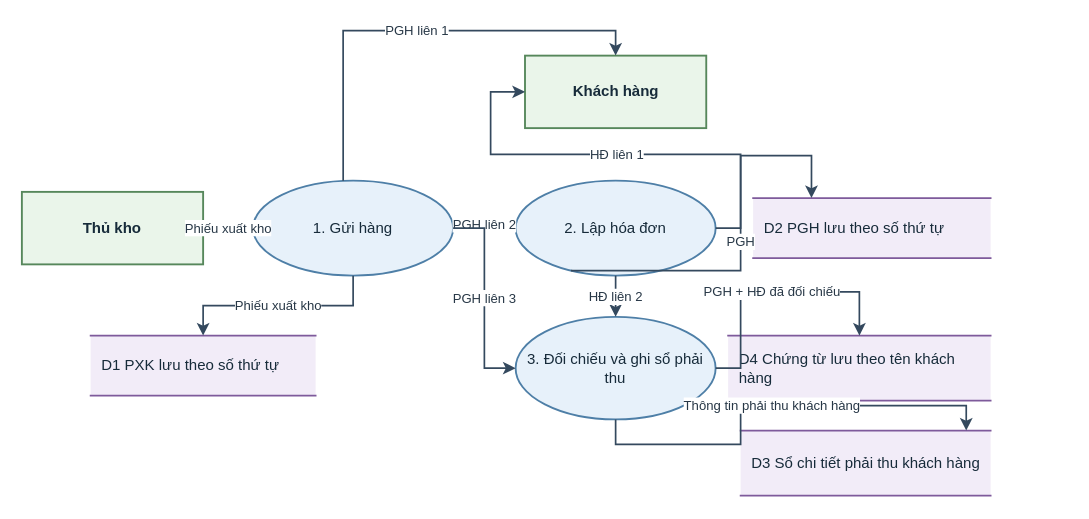
Above: assets/drawio/04_fresh_fruit_dfd.drawio in saigonbaddielover/thtrang (draw.io), before the change. Source tidied: cells renumbered, new cells numbered last; positions are measured from the earlier drawing's top-left corner, leaving out a move shared by most shapes. Both pictures are drawn from the tidied source at 125%, with x=0, y=0 at pixel (21, 55).
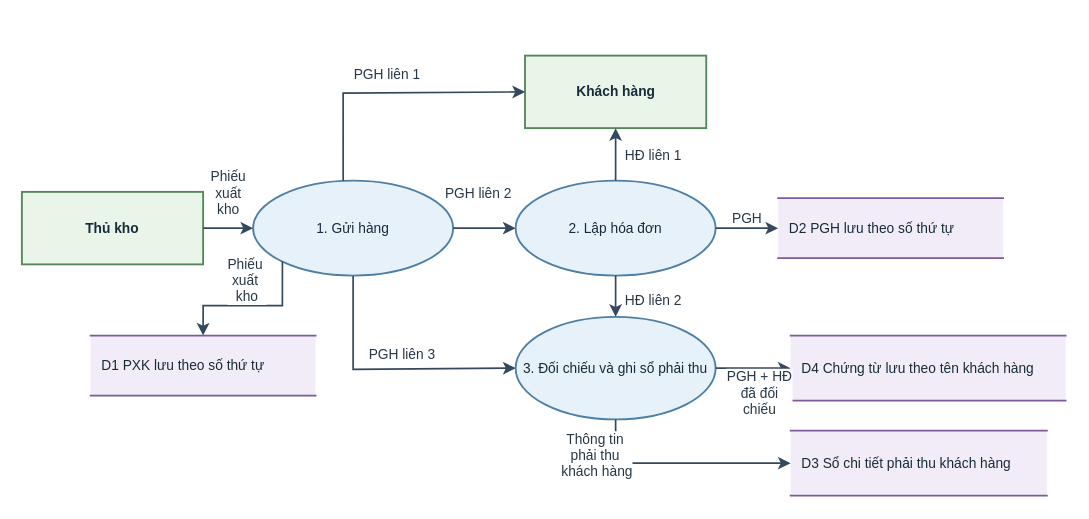
The same diagram, later.

Commit message (it also covers changes not shown here):
fix(drawio): restore user-authored routes

Diff of the diagram source:
```diff
@@
-    <mxCell id="2" value="Thủ kho" style="rounded=0;html=1;whiteSpace=wrap;fontFamily=Arial;align=center;verticalAlign=middle;fontColor=#172B3A; fontSize=11;fontStyle=1;spacing=5;fillColor=#EAF5EA;strokeColor=#56875B;strokeWidth=1.5;" parent="1" vertex="1">
+    <mxCell id="2" value="Thủ kho" style="rounded=0;html=1;whiteSpace=wrap;fontFamily=Arial;align=center;verticalAlign=middle;fontColor=#172B3A;fontSize=11;fontStyle=1;spacing=5;fillColor=#EAF5EA;strokeColor=#56875B;strokeWidth=1.5;" parent="1" vertex="1">
       <mxGeometry y="109" width="145" height="58" as="geometry" />
     </mxCell>
-    <mxCell id="3" value="Khách hàng" style="rounded=0;html=1;whiteSpace=wrap;fontFamily=Arial;align=center;verticalAlign=middle;fontColor=#172B3A; fontSize=11;fontStyle=1;spacing=5;fillColor=#EAF5EA;strokeColor=#56875B;strokeWidth=1.5;" parent="1" vertex="1">
+    <mxCell id="3" value="Khách hàng" style="rounded=0;html=1;whiteSpace=wrap;fontFamily=Arial;align=center;verticalAlign=middle;fontColor=#172B3A;fontSize=11;fontStyle=1;spacing=5;fillColor=#EAF5EA;strokeColor=#56875B;strokeWidth=1.5;" parent="1" vertex="1">
       <mxGeometry x="402.5" width="145" height="58" as="geometry" />
     </mxCell>
-    <mxCell id="4" value="1. Gửi hàng" style="shape=ellipse;perimeter=ellipsePerimeter;html=1;whiteSpace=wrap;fontFamily=Arial;align=center;verticalAlign=middle;fontColor=#172B3A; fontSize=11;spacing=5;fillColor=#E7F1FA;strokeColor=#4E7FA7;strokeWidth=1.5;" parent="1" vertex="1">
+    <mxCell id="4" value="1. Gửi hàng" style="shape=ellipse;perimeter=ellipsePerimeter;html=1;whiteSpace=wrap;fontFamily=Arial;align=center;verticalAlign=middle;fontColor=#172B3A;fontSize=11;spacing=5;fillColor=#E7F1FA;strokeColor=#4E7FA7;strokeWidth=1.5;" parent="1" vertex="1">
       <mxGeometry x="185" y="100" width="160" height="76" as="geometry" />
     </mxCell>
-    <mxCell id="5" value="2. Lập hóa đơn" style="shape=ellipse;perimeter=ellipsePerimeter;html=1;whiteSpace=wrap;fontFamily=Arial;align=center;verticalAlign=middle;fontColor=#172B3A; fontSize=11;spacing=5;fillColor=#E7F1FA;strokeColor=#4E7FA7;strokeWidth=1.5;" parent="1" vertex="1">
+    <mxCell id="5" value="2. Lập hóa đơn" style="shape=ellipse;perimeter=ellipsePerimeter;html=1;whiteSpace=wrap;fontFamily=Arial;align=center;verticalAlign=middle;fontColor=#172B3A;fontSize=11;spacing=5;fillColor=#E7F1FA;strokeColor=#4E7FA7;strokeWidth=1.5;" parent="1" vertex="1">
       <mxGeometry x="395" y="100" width="160" height="76" as="geometry" />
     </mxCell>
-    <mxCell id="6" value="3. Đối chiếu và ghi sổ phải thu" style="shape=ellipse;perimeter=ellipsePerimeter;html=1;whiteSpace=wrap;fontFamily=Arial;align=center;verticalAlign=middle;fontColor=#172B3A; fontSize=11;spacing=5;fillColor=#E7F1FA;strokeColor=#4E7FA7;strokeWidth=1.5;" parent="1" vertex="1">
+    <mxCell id="6" value="3. Đối chiếu và ghi sổ phải thu" style="shape=ellipse;perimeter=ellipsePerimeter;html=1;whiteSpace=wrap;fontFamily=Arial;align=center;verticalAlign=middle;fontColor=#172B3A;fontSize=11;spacing=5;fillColor=#E7F1FA;strokeColor=#4E7FA7;strokeWidth=1.5;" parent="1" vertex="1">
       <mxGeometry x="395" y="209" width="160" height="82" as="geometry" />
     </mxCell>
-    <mxCell id="7" value="D1  PXK lưu theo số thứ tự" style="shape=partialRectangle;right=0;left=0;html=1;whiteSpace=wrap;fontFamily=Arial;align=center;verticalAlign=middle;fontColor=#172B3A; fontSize=10.5;align=left;spacingLeft=7;spacingRight=4;fillColor=#F2ECF8;strokeColor=#7E5A9B;strokeWidth=1.4;" parent="1" vertex="1">
+    <mxCell id="7" value="D1  PXK lưu theo số thứ tự" style="shape=partialRectangle;right=0;left=0;html=1;whiteSpace=wrap;fontFamily=Arial;align=center;verticalAlign=middle;fontColor=#172B3A;fontSize=11;align=left;spacingLeft=7;spacingRight=4;fillColor=#F2ECF8;strokeColor=#7E5A9B;strokeWidth=1.4;" parent="1" vertex="1">
       <mxGeometry x="55" y="224" width="180" height="48" as="geometry" />
     </mxCell>
-    <mxCell id="8" value="D2  PGH lưu theo số thứ tự" style="shape=partialRectangle;right=0;left=0;html=1;whiteSpace=wrap;fontFamily=Arial;align=center;verticalAlign=middle;fontColor=#172B3A; fontSize=10.5;align=left;spacingLeft=7;spacingRight=4;fillColor=#F2ECF8;strokeColor=#7E5A9B;strokeWidth=1.4;" parent="1" vertex="1">
-      <mxGeometry x="585" y="114" width="190" height="48" as="geometry" />
+    <mxCell id="8" value="D2  PGH lưu theo số thứ tự" style="shape=partialRectangle;right=0;left=0;html=1;whiteSpace=wrap;fontFamily=Arial;align=center;verticalAlign=middle;fontColor=#172B3A;fontSize=11;align=left;spacingLeft=7;spacingRight=4;fillColor=#F2ECF8;strokeColor=#7E5A9B;strokeWidth=1.4;" parent="1" vertex="1">
+      <mxGeometry x="605" y="114" width="180" height="48" as="geometry" />
     </mxCell>
-    <mxCell id="9" value="D3  Sổ chi tiết phải thu khách hàng" style="shape=partialRectangle;right=0;left=0;html=1;whiteSpace=wrap;fontFamily=Arial;align=center;verticalAlign=middle;fontColor=#172B3A; fontSize=10.5;align=left;spacingLeft=7;spacingRight=4;fillColor=#F2ECF8;strokeColor=#7E5A9B;strokeWidth=1.4;" parent="1" vertex="1">
-      <mxGeometry x="575" y="300" width="200" height="52" as="geometry" />
+    <mxCell id="9" value="D3  Sổ chi tiết phải thu khách hàng" style="shape=partialRectangle;right=0;left=0;html=1;whiteSpace=wrap;fontFamily=Arial;align=center;verticalAlign=middle;fontColor=#172B3A;fontSize=11;align=left;spacingLeft=7;spacingRight=4;fillColor=#F2ECF8;strokeColor=#7E5A9B;strokeWidth=1.4;" parent="1" vertex="1">
+      <mxGeometry x="615" y="300" width="205" height="52" as="geometry" />
     </mxCell>
-    <mxCell id="10" value="D4  Chứng từ lưu theo tên khách hàng" style="shape=partialRectangle;right=0;left=0;html=1;whiteSpace=wrap;fontFamily=Arial;align=center;verticalAlign=middle;fontColor=#172B3A; fontSize=10.5;align=left;spacingLeft=7;spacingRight=4;fillColor=#F2ECF8;strokeColor=#7E5A9B;strokeWidth=1.4;" parent="1" vertex="1">
-      <mxGeometry x="565" y="224" width="210" height="52" as="geometry" />
+    <mxCell id="10" value="D4  Chứng từ lưu theo tên khách hàng" style="shape=partialRectangle;right=0;left=0;html=1;whiteSpace=wrap;fontFamily=Arial;align=center;verticalAlign=middle;fontColor=#172B3A;fontSize=11;align=left;spacingLeft=7;spacingRight=4;fillColor=#F2ECF8;strokeColor=#7E5A9B;strokeWidth=1.4;" parent="1" vertex="1">
+      <mxGeometry x="615" y="224" width="220" height="52" as="geometry" />
     </mxCell>
-    <mxCell id="11" value="Phiếu xuất kho" style="edgeStyle=orthogonalEdgeStyle;rounded=0;jettySize=auto;html=1;fontFamily=Arial;fontSize=10.5;fontColor=#273746;labelBackgroundColor=#FFFFFF;strokeColor=#34495E;strokeWidth=1.35;endArrow=classic;endFill=1;exitX=1;exitY=0.5;entryX=0;entryY=0.5;" parent="1" edge="1" source="2" target="4">
-      <mxGeometry relative="1" as="geometry" />
+    <mxCell id="11" value="Phiếu&lt;div&gt;xuất&lt;/div&gt;&lt;div&gt;kho&lt;/div&gt;" style="edgeStyle=orthogonalEdgeStyle;rounded=0;jettySize=auto;html=1;fontFamily=Arial;fontSize=11;fontColor=#273746;labelBackgroundColor=#FFFFFF;strokeColor=#34495E;strokeWidth=1.35;endArrow=classic;endFill=1;exitX=1;exitY=0.5;entryX=0;entryY=0.5;" parent="1" edge="1" source="2" target="4">
+      <mxGeometry y="28" relative="1" as="geometry" />
     </mxCell>
-    <mxCell id="12" value="PGH liên 1" style="edgeStyle=orthogonalEdgeStyle;rounded=0;jettySize=auto;html=1;fontFamily=Arial;fontSize=10.5;fontColor=#273746;labelBackgroundColor=#FFFFFF;strokeColor=#34495E;strokeWidth=1.35;endArrow=classic;endFill=1;exitX=0.45;exitY=0;entryX=0.5;entryY=0;" parent="1" edge="1" source="4" target="3">
-      <mxGeometry relative="1" as="geometry" />
+    <mxCell id="12" value="PGH liên 1" style="edgeStyle=orthogonalEdgeStyle;rounded=0;jettySize=auto;html=1;fontFamily=Arial;fontSize=11;fontColor=#273746;labelBackgroundColor=#FFFFFF;strokeColor=#34495E;strokeWidth=1.35;endArrow=classic;endFill=1;exitX=0.45;exitY=0;entryX=0;entryY=0.5;entryDx=0;entryDy=0;" parent="1" edge="1" source="4" target="3">
+      <mxGeometry x="-0.03" y="15" relative="1" as="geometry">
+        <Array as="points">
+          <mxPoint x="257.2" y="30" />
+          <mxPoint x="402.5" y="30" />
+        </Array>
+      </mxGeometry>
     </mxCell>
-    <mxCell id="13" value="PGH liên 2" style="edgeStyle=orthogonalEdgeStyle;rounded=0;jettySize=auto;html=1;fontFamily=Arial;fontSize=10.5;fontColor=#273746;labelBackgroundColor=#FFFFFF;strokeColor=#34495E;strokeWidth=1.35;endArrow=classic;endFill=1;exitX=1;exitY=0.45;entryX=0;entryY=0.45;" parent="1" edge="1" source="4" target="5">
-      <mxGeometry relative="1" as="geometry" />
+    <mxCell id="13" value="PGH liên 2" style="edgeStyle=orthogonalEdgeStyle;rounded=0;jettySize=auto;html=1;fontFamily=Arial;fontSize=11;fontColor=#273746;labelBackgroundColor=#FFFFFF;strokeColor=#34495E;strokeWidth=1.35;endArrow=classic;endFill=1;exitX=1;exitY=0.5;entryX=0;entryY=0.5;exitDx=0;exitDy=0;entryDx=0;entryDy=0;" parent="1" edge="1" source="4" target="5">
+      <mxGeometry x="-0.2" y="28" relative="1" as="geometry" />
     </mxCell>
-    <mxCell id="14" value="PGH liên 3" style="edgeStyle=orthogonalEdgeStyle;rounded=0;jettySize=auto;html=1;fontFamily=Arial;fontSize=10.5;fontColor=#273746;labelBackgroundColor=#FFFFFF;strokeColor=#34495E;strokeWidth=1.35;endArrow=classic;endFill=1;exitX=1;exitY=0.5;entryX=0;entryY=0.5;" parent="1" edge="1" source="4" target="6">
-      <mxGeometry relative="1" as="geometry" />
+    <mxCell id="14" value="PGH liên 3" style="edgeStyle=orthogonalEdgeStyle;rounded=0;jettySize=auto;html=1;fontFamily=Arial;fontSize=11;fontColor=#273746;labelBackgroundColor=#FFFFFF;strokeColor=#34495E;strokeWidth=1.35;endArrow=classic;endFill=1;exitX=0.5;exitY=1;exitDx=0;exitDy=0;entryX=0;entryY=0.5;entryDx=0;entryDy=0;" parent="1" edge="1" source="4" target="6">
+      <mxGeometry x="0.11" y="12" relative="1" as="geometry">
+        <Array as="points">
+          <mxPoint x="265" y="251" />
+        </Array>
+      </mxGeometry>
     </mxCell>
-    <mxCell id="15" value="Phiếu xuất kho" style="edgeStyle=orthogonalEdgeStyle;rounded=0;jettySize=auto;html=1;fontFamily=Arial;fontSize=10.5;fontColor=#273746;labelBackgroundColor=#FFFFFF;strokeColor=#34495E;strokeWidth=1.35;endArrow=classic;endFill=1;exitX=0.5;exitY=1;entryX=0.5;entryY=0;" parent="1" edge="1" source="4" target="7">
-      <mxGeometry relative="1" as="geometry" />
+    <mxCell id="15" value="Phiếu&amp;nbsp;&lt;div&gt;xuất&amp;nbsp;&lt;/div&gt;&lt;div&gt;kho&lt;/div&gt;" style="edgeStyle=orthogonalEdgeStyle;rounded=0;jettySize=auto;html=1;fontFamily=Arial;fontSize=11;fontColor=#273746;labelBackgroundColor=#FFFFFF;strokeColor=#34495E;strokeWidth=1.35;endArrow=classic;endFill=1;entryX=0.5;entryY=0;exitX=0;exitY=1;exitDx=0;exitDy=0;" parent="1" edge="1" source="4" target="7">
+      <mxGeometry x="0.04" y="-20" relative="1" as="geometry" />
     </mxCell>
-    <mxCell id="16" value="HĐ liên 1" style="edgeStyle=orthogonalEdgeStyle;rounded=0;jettySize=auto;html=1;fontFamily=Arial;fontSize=10.5;fontColor=#273746;labelBackgroundColor=#FFFFFF;strokeColor=#34495E;strokeWidth=1.35;endArrow=classic;endFill=1;exitX=1;exitY=0.5;entryX=0;entryY=0.5;" parent="1" edge="1" source="5" target="3">
-      <mxGeometry relative="1" as="geometry" />
+    <mxCell id="16" value="HĐ liên 1" style="edgeStyle=orthogonalEdgeStyle;rounded=0;jettySize=auto;html=1;fontFamily=Arial;fontSize=11;fontColor=#273746;labelBackgroundColor=#FFFFFF;strokeColor=#34495E;strokeWidth=1.35;endArrow=classic;endFill=1;exitX=0.5;exitY=0;exitDx=0;exitDy=0;entryX=0.5;entryY=1;entryDx=0;entryDy=0;" parent="1" edge="1" source="5" target="3">
+      <mxGeometry x="-0.05" y="-30" relative="1" as="geometry" />
     </mxCell>
-    <mxCell id="17" value="HĐ liên 2" style="edgeStyle=orthogonalEdgeStyle;rounded=0;jettySize=auto;html=1;fontFamily=Arial;fontSize=10.5;fontColor=#273746;labelBackgroundColor=#FFFFFF;strokeColor=#34495E;strokeWidth=1.35;endArrow=classic;endFill=1;exitX=0.5;exitY=1;entryX=0.5;entryY=0;" parent="1" edge="1" source="5" target="6">
-      <mxGeometry relative="1" as="geometry" />
+    <mxCell id="17" value="HĐ liên 2" style="edgeStyle=orthogonalEdgeStyle;rounded=0;jettySize=auto;html=1;fontFamily=Arial;fontSize=11;fontColor=#273746;labelBackgroundColor=#FFFFFF;strokeColor=#34495E;strokeWidth=1.35;endArrow=classic;endFill=1;exitX=0.5;exitY=1;entryX=0.5;entryY=0;entryDx=0;entryDy=0;exitDx=0;exitDy=0;" parent="1" edge="1" source="5" target="6">
+      <mxGeometry x="0.23" y="30" relative="1" as="geometry" />
     </mxCell>
-    <mxCell id="18" value="PGH" style="edgeStyle=orthogonalEdgeStyle;rounded=0;jettySize=auto;html=1;fontFamily=Arial;fontSize=10.5;fontColor=#273746;labelBackgroundColor=#FFFFFF;strokeColor=#34495E;strokeWidth=1.35;endArrow=classic;endFill=1;exitX=0.25;exitY=1;entryX=0.245667;entryY=0;" parent="1" edge="1" source="5" target="8">
-      <mxGeometry relative="1" as="geometry" />
+    <mxCell id="18" value="PGH" style="edgeStyle=orthogonalEdgeStyle;rounded=0;jettySize=auto;html=1;fontFamily=Arial;fontSize=11;fontColor=#273746;labelBackgroundColor=#FFFFFF;strokeColor=#34495E;strokeWidth=1.35;endArrow=classic;endFill=1;exitX=1;exitY=0.5;exitDx=0;exitDy=0;entryX=0;entryY=0.5;entryDx=0;entryDy=0;" parent="1" edge="1" source="5" target="8">
+      <mxGeometry y="8" relative="1" as="geometry" />
     </mxCell>
-    <mxCell id="19" value="Thông tin phải thu khách hàng" style="edgeStyle=orthogonalEdgeStyle;rounded=0;jettySize=auto;html=1;fontFamily=Arial;fontSize=10.5;fontColor=#273746;labelBackgroundColor=#FFFFFF;strokeColor=#34495E;strokeWidth=1.35;endArrow=classic;endFill=1;exitX=0.5;exitY=1;entryX=0.902439;entryY=0;" parent="1" edge="1" source="6" target="9">
-      <mxGeometry relative="1" as="geometry" />
+    <mxCell id="19" value="Thông tin&amp;nbsp;&lt;div&gt;phải thu&amp;nbsp;&lt;div&gt;khách hàng&lt;/div&gt;&lt;/div&gt;" style="edgeStyle=orthogonalEdgeStyle;rounded=0;jettySize=auto;html=1;fontFamily=Arial;fontSize=11;fontColor=#273746;labelBackgroundColor=#FFFFFF;strokeColor=#34495E;strokeWidth=1.35;endArrow=classic;endFill=1;exitX=0.5;exitY=1;exitDx=0;exitDy=0;entryX=0;entryY=0.5;entryDx=0;entryDy=0;" parent="1" edge="1" source="6" target="9">
+      <mxGeometry x="-0.67" y="-15" relative="1" as="geometry">
+        <Array as="points">
+          <mxPoint x="475" y="326" />
+        </Array>
+      </mxGeometry>
     </mxCell>
-    <mxCell id="20" value="PGH + HĐ đã đối chiếu" style="edgeStyle=orthogonalEdgeStyle;rounded=0;jettySize=auto;html=1;fontFamily=Arial;fontSize=10.5;fontColor=#273746;labelBackgroundColor=#FFFFFF;strokeColor=#34495E;strokeWidth=1.35;endArrow=classic;endFill=1;exitX=1;exitY=0.5;entryX=0.5;entryY=0;" parent="1" edge="1" source="6" target="10">
-      <mxGeometry relative="1" as="geometry" />
+    <mxCell id="20" value="PGH + HĐ&lt;div&gt;đã đối&lt;/div&gt;&lt;div&gt;chiếu&lt;/div&gt;" style="edgeStyle=orthogonalEdgeStyle;rounded=0;jettySize=auto;html=1;fontFamily=Arial;fontSize=11;fontColor=#273746;labelBackgroundColor=#FFFFFF;strokeColor=#34495E;strokeWidth=1.35;endArrow=classic;endFill=1;exitX=1;exitY=0.5;exitDx=0;exitDy=0;entryX=0;entryY=0.5;entryDx=0;entryDy=0;" parent="1" edge="1" source="6" target="10">
+      <mxGeometry x="0.15" y="-20" relative="1" as="geometry" />
     </mxCell>
```
